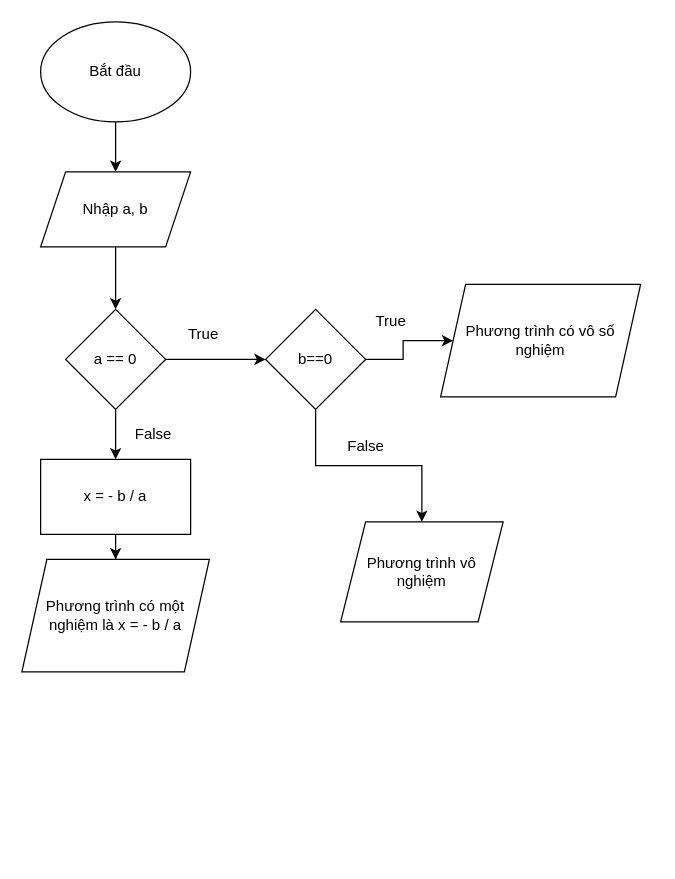
Above: Baitap/Baitap05.drawio in NguyenDangKhoa02/20T1080038-Java (draw.io), before the change. Source tidied: cells renumbered, new cells numbered last; positions are measured from the earlier drawing's top-left corner, leaving out a move shared by most shapes. Both pictures are drawn from the tidied source at 125%, with x=0, y=0 at pixel (21, 21).
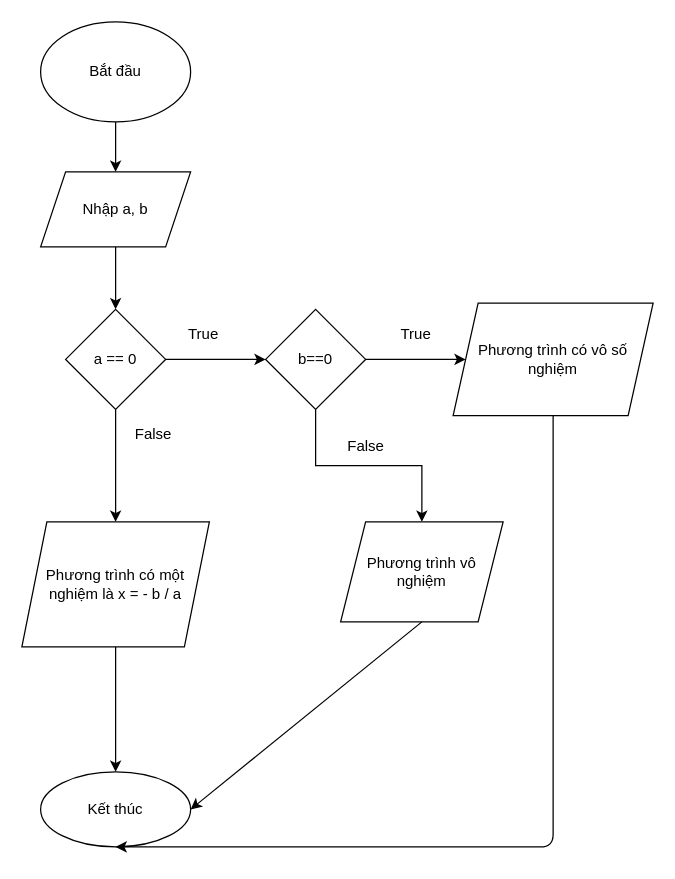
Above is the later version.

The change refers to these unchanged cells:
```xml
<mxCell id="8" value="a == 0" style="rhombus;whiteSpace=wrap;html=1;" parent="1" vertex="1">
  <mxGeometry x="35" y="230" width="80" height="80" as="geometry" />
</mxCell>
<mxCell id="14" value="Phương trình vô nghiệm" style="shape=parallelogram;perimeter=parallelogramPerimeter;whiteSpace=wrap;html=1;fixedSize=1;" parent="1" vertex="1">
  <mxGeometry x="255" y="400" width="130" height="80" as="geometry" />
</mxCell>
```

The edit, as a diff of the source:
```diff
@@
-    <mxCell id="7" style="edgeStyle=orthogonalEdgeStyle;rounded=0;jettySize=auto;html=1;" parent="1" edge="1" source="8" target="19">
-      <mxGeometry relative="1" as="geometry" />
-    </mxCell>
+    <mxCell id="21" style="edgeStyle=orthogonalEdgeStyle;rounded=0;jettySize=auto;html=1;" parent="1" edge="1" source="8" target="20">
+      <mxGeometry relative="1" as="geometry" />
+    </mxCell>
@@
     <mxCell id="12" value="Phương trình có vô số nghiệm" style="shape=parallelogram;perimeter=parallelogramPerimeter;whiteSpace=wrap;html=1;fixedSize=1;" parent="1" vertex="1">
-      <mxGeometry x="335" y="210" width="160" height="90" as="geometry" />
+      <mxGeometry x="345" y="225" width="160" height="90" as="geometry" />
     </mxCell>
     <mxCell id="13" value="True" style="text;html=1;align=center;verticalAlign=middle;strokeColor=none;fillColor=none;" parent="1" vertex="1">
-      <mxGeometry x="275" y="230" width="40" height="20" as="geometry" />
+      <mxGeometry x="295" y="240" width="40" height="20" as="geometry" />
     </mxCell>
@@
-    <mxCell id="18" style="edgeStyle=orthogonalEdgeStyle;rounded=0;jettySize=auto;html=1;" parent="1" edge="1" source="19" target="20">
-      <mxGeometry relative="1" as="geometry" />
-    </mxCell>
-    <mxCell id="19" value="x = - b / a" style="whiteSpace=wrap;html=1;" parent="1" vertex="1">
-      <mxGeometry x="15" y="350" width="120" height="60" as="geometry" />
-    </mxCell>
+    <mxCell id="22" style="edgeStyle=orthogonalEdgeStyle;rounded=0;jettySize=auto;html=1;" parent="1" edge="1" source="20" target="23">
+      <mxGeometry relative="1" as="geometry" />
+    </mxCell>
-    <mxCell id="20" value="Phương trình có một nghiệm là x = - b / a" style="shape=parallelogram;perimeter=parallelogramPerimeter;whiteSpace=wrap;html=1;fixedSize=1;" parent="1" vertex="1">
-      <mxGeometry y="430" width="150" height="90" as="geometry" />
+    <mxCell id="20" value="&lt;span&gt;Phương trình có một nghiệm là x = - b / a&lt;/span&gt;" style="shape=parallelogram;perimeter=parallelogramPerimeter;whiteSpace=wrap;html=1;fixedSize=1;" parent="1" vertex="1">
+      <mxGeometry y="400" width="150" height="100" as="geometry" />
     </mxCell>
+    <mxCell id="23" value="Kết thúc" style="ellipse;whiteSpace=wrap;html=1;" parent="1" vertex="1">
+      <mxGeometry x="15" y="600" width="120" height="60" as="geometry" />
+    </mxCell>
+    <mxCell id="24" style="endArrow=classic;html=1;exitX=0.5;exitY=1;exitDx=0;exitDy=0;entryX=1;entryY=0.5;entryDx=0;entryDy=0;" parent="1" edge="1" source="14" target="23">
+      <mxGeometry relative="1" as="geometry" />
+    </mxCell>
+    <mxCell id="25" style="endArrow=classic;html=1;entryX=0.5;entryY=1;entryDx=0;entryDy=0;exitX=0.5;exitY=1;exitDx=0;exitDy=0;" parent="1" edge="1" source="12" target="23">
+      <mxGeometry relative="1" as="geometry">
+        <Array as="points">
+          <mxPoint x="425" y="660" />
+        </Array>
+      </mxGeometry>
+    </mxCell>
```
